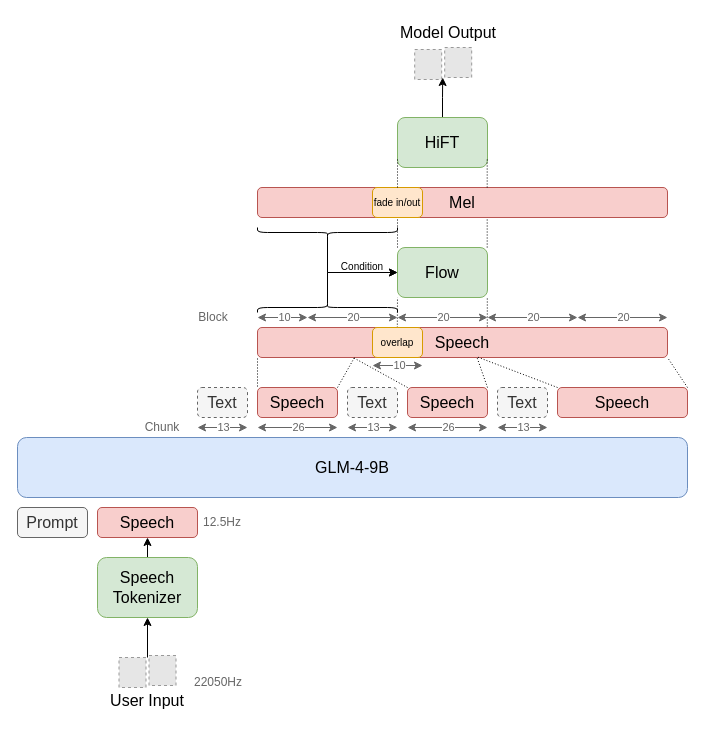
The draw.io diagram Drafts/glm4v.drawio in xrysamuel/my-drawio, before the edit. Source tidied: cells renumbered, new cells numbered last; positions are measured from the earlier drawing's top-left corner, leaving out a move shared by most shapes. Both pictures are drawn from the tidied source at 100%, with x=0, y=0 at pixel (17, 17). Pictures stored in the file or linked from it are replaced by grey dashed boxes.
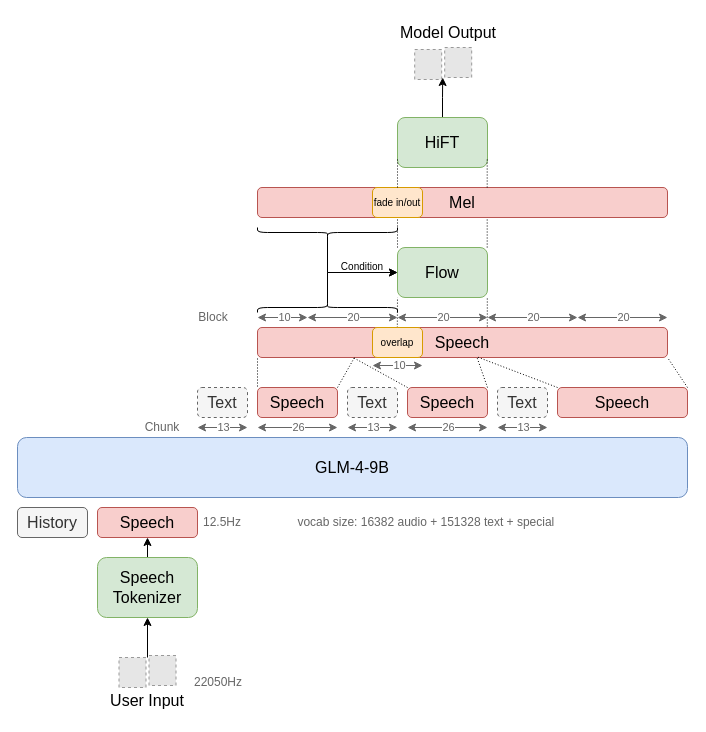
The same page after the edit.

The edit, as a diff of the source:
```diff
@@
-    <mxCell id="12" value="&lt;span style=&quot;font-size: 16px;&quot;&gt;Prompt&lt;/span&gt;" style="rounded=1;whiteSpace=wrap;html=1;fillColor=#f5f5f5;strokeColor=#666666;fontColor=#333333;" parent="1" vertex="1">
+    <mxCell id="12" value="&lt;span style=&quot;font-size: 16px;&quot;&gt;History&lt;/span&gt;" style="rounded=1;whiteSpace=wrap;html=1;fillColor=#f5f5f5;strokeColor=#666666;fontColor=#333333;" parent="1" vertex="1">
       <mxGeometry y="490" width="70" height="30" as="geometry" />
     </mxCell>
@@
+    <mxCell id="70" value="vocab size: 16382 audio + 151328 text + special&amp;nbsp;" style="text;html=1;align=center;verticalAlign=middle;whiteSpace=wrap;rounded=0;fontColor=#666666;" parent="1" vertex="1">
+      <mxGeometry x="273.2" y="490" width="275" height="30" as="geometry" />
+    </mxCell>
```
